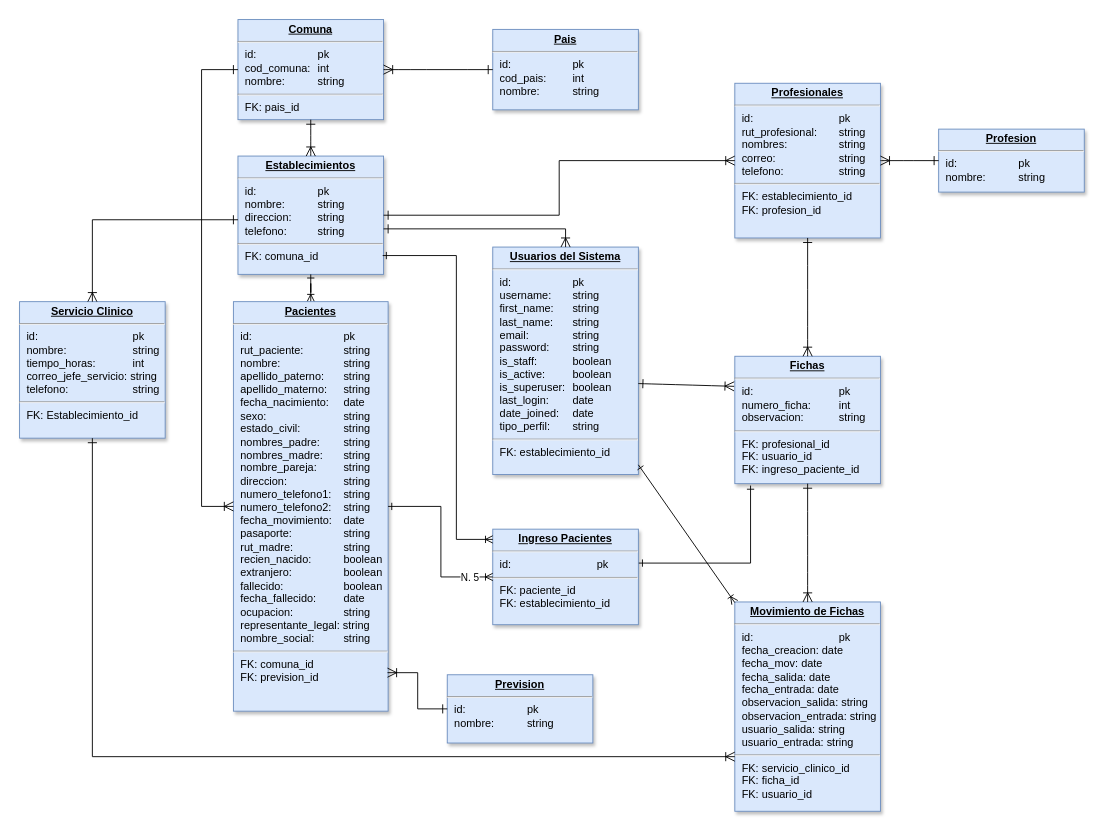
This is Kardex Base de datos.drawio from Jarot-Fierro/Kardex, a draw.io file, before an edit. Source tidied: cells renumbered, new cells numbered last; positions are measured from the earlier drawing's top-left corner, leaving out a move shared by most shapes. Both pictures are drawn from the tidied source at 91%, with x=0, y=0 at pixel (19, 19).
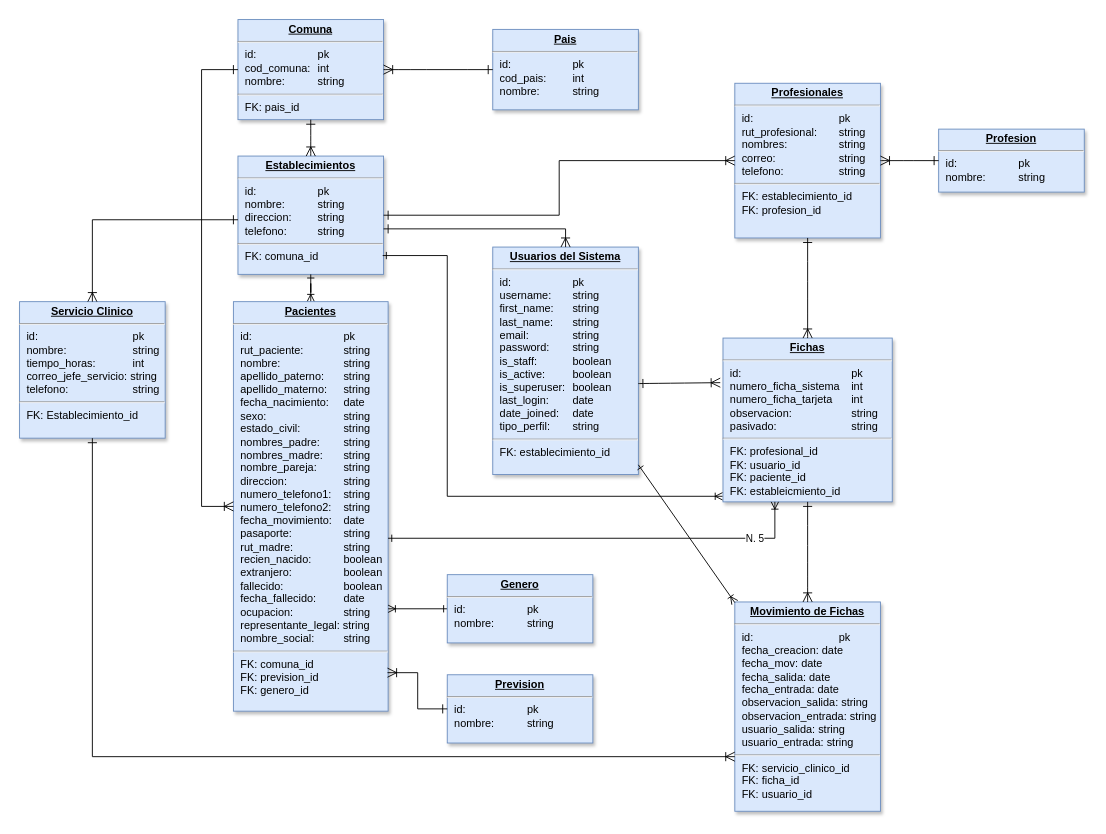
Above is the later version.

The change refers to these unchanged cells:
```xml
<mxCell id="4" value="&lt;p style=&quot;margin: 0px; margin-top: 4px; text-align: center; text-decoration: underline;&quot;&gt;&lt;b&gt;Establecimientos&lt;/b&gt;&lt;/p&gt;&lt;hr&gt;&lt;p style=&quot;margin: 0px; margin-left: 8px;&quot;&gt;id: &lt;span style=&quot;white-space: pre;&quot;&gt;&#9;&lt;/span&gt;&lt;span style=&quot;white-space: pre;&quot;&gt;&#9;&lt;span style=&quot;white-space: pre;&quot;&gt;&#9;&lt;/span&gt;&lt;/span&gt;pk&lt;/p&gt;&lt;p style=&quot;margin: 0px; margin-left: 8px;&quot;&gt;nombre: &lt;span style=&quot;white-space: pre;&quot;&gt;&#9;&lt;span style=&quot;white-space: pre;&quot;&gt;&#9;&lt;/span&gt;&lt;/span&gt;string&lt;/p&gt;&lt;p style=&quot;margin: 0px; margin-left: 8px;&quot;&gt;direccion:&lt;span style=&quot;white-space: pre;&quot;&gt;&#9;&lt;/span&gt;&lt;span style=&quot;white-space: pre;&quot;&gt;&#9;&lt;/span&gt;string&lt;/p&gt;&lt;p style=&quot;margin: 0px; margin-left: 8px;&quot;&gt;telefono:&lt;span style=&quot;white-space: pre;&quot;&gt;&#9;&lt;/span&gt;&lt;span style=&quot;white-space: pre;&quot;&gt;&#9;&lt;/span&gt;string&lt;/p&gt;&lt;hr&gt;&lt;p style=&quot;margin: 0px; margin-left: 8px;&quot;&gt;&lt;span style=&quot;background-color: initial;&quot;&gt;FK: comuna_id&lt;/span&gt;&lt;br&gt;&lt;/p&gt;" style="verticalAlign=top;align=left;overflow=fill;fontSize=12;fontFamily=Helvetica;html=1;strokeColor=#6c8ebf;shadow=1;fillColor=#dae8fc;" parent="1" vertex="1">
  <mxGeometry x="240" y="150" width="160" height="130" as="geometry" />
</mxCell>
```

Change to the diagram source:
```diff
@@
-    <mxCell id="10" value="&lt;p style=&quot;margin: 0px; margin-top: 4px; text-align: center; text-decoration: underline;&quot;&gt;&lt;b&gt;Pacientes&lt;/b&gt;&lt;/p&gt;&lt;hr&gt;&lt;p style=&quot;margin: 0px; margin-left: 8px;&quot;&gt;id: &lt;span style=&quot;white-space: pre;&quot;&gt;&#9;&lt;/span&gt;&lt;span style=&quot;white-space: pre;&quot;&gt;&#9;&lt;/span&gt;&lt;span style=&quot;white-space: pre;&quot;&gt;&#9;&lt;/span&gt;&lt;span style=&quot;white-space: pre;&quot;&gt;&#9;&lt;/span&gt;&amp;nbsp; pk&lt;/p&gt;&lt;p style=&quot;margin: 0px; margin-left: 8px;&quot;&gt;rut_paciente: &lt;span style=&quot;white-space: pre;&quot;&gt;&#9;&lt;/span&gt;&lt;span style=&quot;white-space: pre;&quot;&gt;&#9;&lt;/span&gt;&amp;nbsp; string&lt;/p&gt;&lt;p style=&quot;margin: 0px; margin-left: 8px;&quot;&gt;nombre: &lt;span style=&quot;white-space: pre;&quot;&gt;&#9;&lt;/span&gt;&lt;span style=&quot;white-space: pre;&quot;&gt;&#9;&lt;/span&gt;&lt;span style=&quot;white-space: pre;&quot;&gt;&#9;&lt;/span&gt;&amp;nbsp; string&lt;/p&gt;&lt;p style=&quot;margin: 0px; margin-left: 8px;&quot;&gt;apellido_paterno: &lt;span style=&quot;white-space: pre;&quot;&gt;&#9;&lt;/span&gt;&amp;nbsp; string&lt;/p&gt;&lt;p style=&quot;margin: 0px; margin-left: 8px;&quot;&gt;apellido_materno: &lt;span style=&quot;white-space: pre;&quot;&gt;&#9;&lt;/span&gt;&amp;nbsp; string&lt;/p&gt;&lt;p style=&quot;margin: 0px; margin-left: 8px;&quot;&gt;fecha_nacimiento: &lt;span style=&quot;white-space: pre;&quot;&gt;&#9;&lt;/span&gt;&amp;nbsp; date&lt;/p&gt;&lt;p style=&quot;margin: 0px; margin-left: 8px;&quot;&gt;sexo: &lt;span style=&quot;white-space: pre;&quot;&gt;&#9;&lt;/span&gt;&lt;span style=&quot;white-space: pre;&quot;&gt;&#9;&lt;/span&gt;&lt;span style=&quot;white-space: pre;&quot;&gt;&#9;&lt;/span&gt;&amp;nbsp; string&lt;/p&gt;&lt;p style=&quot;margin: 0px; margin-left: 8px;&quot;&gt;estado_civil: &lt;span style=&quot;white-space: pre;&quot;&gt;&#9;&lt;span style=&quot;white-space: pre;&quot;&gt;&#9;&lt;/span&gt; &lt;/span&gt;&amp;nbsp;string&lt;/p&gt;&lt;p style=&quot;margin: 0px; margin-left: 8px;&quot;&gt;nombres_padre: &lt;span style=&quot;white-space: pre;&quot;&gt;&#9;&lt;/span&gt;&amp;nbsp; string&lt;br&gt;nombres_madre: &lt;span style=&quot;white-space: pre;&quot;&gt;&#9;&lt;/span&gt;&amp;nbsp; string&lt;/p&gt;&lt;p style=&quot;margin: 0px; margin-left: 8px;&quot;&gt;nombre_pareja: &lt;span style=&quot;white-space: pre;&quot;&gt;&#9;&lt;/span&gt;&amp;nbsp; string&lt;/p&gt;&lt;p style=&quot;margin: 0px; margin-left: 8px;&quot;&gt;direccion: &lt;span style=&quot;white-space: pre;&quot;&gt;&#9;&lt;/span&gt;&lt;span style=&quot;white-space: pre;&quot;&gt;&#9;&lt;/span&gt;&amp;nbsp; string&lt;/p&gt;&lt;p style=&quot;margin: 0px; margin-left: 8px;&quot;&gt;numero_telefono1: &lt;span style=&quot;white-space: pre;&quot;&gt;&#9;&lt;/span&gt;&amp;nbsp; string&lt;/p&gt;&lt;p style=&quot;margin: 0px; margin-left: 8px;&quot;&gt;numero_telefono2: &lt;span style=&quot;white-space: pre;&quot;&gt;&#9;&lt;/span&gt;&amp;nbsp; string&lt;/p&gt;&lt;p style=&quot;margin: 0px; margin-left: 8px;&quot;&gt;fecha_movimiento: &lt;span style=&quot;white-space: pre;&quot;&gt;&#9;&lt;/span&gt;&amp;nbsp; date&lt;/p&gt;&lt;p style=&quot;margin: 0px; margin-left: 8px;&quot;&gt;pasaporte: &lt;span style=&quot;white-space: pre;&quot;&gt;&#9;&lt;/span&gt;&lt;span style=&quot;white-space: pre;&quot;&gt;&#9;&lt;/span&gt;&amp;nbsp; string&lt;/p&gt;&lt;p style=&quot;margin: 0px; margin-left: 8px;&quot;&gt;rut_madre: &lt;span style=&quot;white-space: pre;&quot;&gt;&#9;&lt;/span&gt;&lt;span style=&quot;white-space: pre;&quot;&gt;&#9;&lt;/span&gt;&amp;nbsp; string&lt;/p&gt;&lt;p style=&quot;margin: 0px; margin-left: 8px;&quot;&gt;recien_nacido: &lt;span style=&quot;white-space: pre;&quot;&gt;&#9;&lt;/span&gt;&amp;nbsp; boolean&lt;/p&gt;&lt;p style=&quot;margin: 0px; margin-left: 8px;&quot;&gt;extranjero: &lt;span style=&quot;white-space: pre;&quot;&gt;&#9;&lt;span style=&quot;white-space: pre;&quot;&gt;&#9;&lt;/span&gt; &lt;/span&gt;&amp;nbsp;boolean&lt;/p&gt;&lt;p style=&quot;margin: 0px; margin-left: 8px;&quot;&gt;fallecido: &lt;span style=&quot;white-space: pre;&quot;&gt;&#9;&lt;span style=&quot;white-space: pre;&quot;&gt;&#9;&lt;/span&gt;&lt;span style=&quot;white-space: pre;&quot;&gt;&#9;&lt;/span&gt; &lt;/span&gt;&amp;nbsp;boolean&lt;/p&gt;&lt;p style=&quot;margin: 0px; margin-left: 8px;&quot;&gt;fecha_fallecido:&lt;span style=&quot;white-space: pre;&quot;&gt;&#9;&lt;/span&gt;&amp;nbsp; date&lt;/p&gt;&lt;p style=&quot;margin: 0px; margin-left: 8px;&quot;&gt;ocupacion: &lt;span style=&quot;white-space: pre;&quot;&gt;&#9;&lt;span style=&quot;white-space: pre;&quot;&gt;&#9;&lt;/span&gt; &lt;/span&gt;&amp;nbsp;string&lt;/p&gt;&lt;p style=&quot;margin: 0px; margin-left: 8px;&quot;&gt;representante_legal: string&lt;/p&gt;&lt;p style=&quot;margin: 0px; margin-left: 8px;&quot;&gt;nombre_social: &lt;span style=&quot;white-space: pre;&quot;&gt;&#9;&lt;/span&gt;&amp;nbsp; string&lt;/p&gt;&lt;hr&gt;&lt;p style=&quot;margin: 0px; margin-left: 8px;&quot;&gt;FK: comuna_id&lt;/p&gt;&lt;p style=&quot;margin: 0px; margin-left: 8px;&quot;&gt;FK: prevision_id&lt;/p&gt;" style="verticalAlign=top;align=left;overflow=fill;fontSize=12;fontFamily=Helvetica;html=1;strokeColor=#6c8ebf;shadow=1;fillColor=#dae8fc;" parent="1" vertex="1">
+    <mxCell id="10" value="&lt;p style=&quot;margin: 0px; margin-top: 4px; text-align: center; text-decoration: underline;&quot;&gt;&lt;b&gt;Pacientes&lt;/b&gt;&lt;/p&gt;&lt;hr&gt;&lt;p style=&quot;margin: 0px; margin-left: 8px;&quot;&gt;id: &lt;span style=&quot;white-space: pre;&quot;&gt;&#9;&lt;/span&gt;&lt;span style=&quot;white-space: pre;&quot;&gt;&#9;&lt;/span&gt;&lt;span style=&quot;white-space: pre;&quot;&gt;&#9;&lt;/span&gt;&lt;span style=&quot;white-space: pre;&quot;&gt;&#9;&lt;/span&gt;&amp;nbsp; pk&lt;/p&gt;&lt;p style=&quot;margin: 0px; margin-left: 8px;&quot;&gt;rut_paciente: &lt;span style=&quot;white-space: pre;&quot;&gt;&#9;&lt;/span&gt;&lt;span style=&quot;white-space: pre;&quot;&gt;&#9;&lt;/span&gt;&amp;nbsp; string&lt;/p&gt;&lt;p style=&quot;margin: 0px; margin-left: 8px;&quot;&gt;nombre: &lt;span style=&quot;white-space: pre;&quot;&gt;&#9;&lt;/span&gt;&lt;span style=&quot;white-space: pre;&quot;&gt;&#9;&lt;/span&gt;&lt;span style=&quot;white-space: pre;&quot;&gt;&#9;&lt;/span&gt;&amp;nbsp; string&lt;/p&gt;&lt;p style=&quot;margin: 0px; margin-left: 8px;&quot;&gt;apellido_paterno: &lt;span style=&quot;white-space: pre;&quot;&gt;&#9;&lt;/span&gt;&amp;nbsp; string&lt;/p&gt;&lt;p style=&quot;margin: 0px; margin-left: 8px;&quot;&gt;apellido_materno: &lt;span style=&quot;white-space: pre;&quot;&gt;&#9;&lt;/span&gt;&amp;nbsp; string&lt;/p&gt;&lt;p style=&quot;margin: 0px; margin-left: 8px;&quot;&gt;fecha_nacimiento: &lt;span style=&quot;white-space: pre;&quot;&gt;&#9;&lt;/span&gt;&amp;nbsp; date&lt;/p&gt;&lt;p style=&quot;margin: 0px; margin-left: 8px;&quot;&gt;sexo: &lt;span style=&quot;white-space: pre;&quot;&gt;&#9;&lt;/span&gt;&lt;span style=&quot;white-space: pre;&quot;&gt;&#9;&lt;/span&gt;&lt;span style=&quot;white-space: pre;&quot;&gt;&#9;&lt;/span&gt;&amp;nbsp; string&lt;/p&gt;&lt;p style=&quot;margin: 0px; margin-left: 8px;&quot;&gt;estado_civil: &lt;span style=&quot;white-space: pre;&quot;&gt;&#9;&lt;span style=&quot;white-space: pre;&quot;&gt;&#9;&lt;/span&gt; &lt;/span&gt;&amp;nbsp;string&lt;/p&gt;&lt;p style=&quot;margin: 0px; margin-left: 8px;&quot;&gt;nombres_padre: &lt;span style=&quot;white-space: pre;&quot;&gt;&#9;&lt;/span&gt;&amp;nbsp; string&lt;br&gt;nombres_madre: &lt;span style=&quot;white-space: pre;&quot;&gt;&#9;&lt;/span&gt;&amp;nbsp; string&lt;/p&gt;&lt;p style=&quot;margin: 0px; margin-left: 8px;&quot;&gt;nombre_pareja: &lt;span style=&quot;white-space: pre;&quot;&gt;&#9;&lt;/span&gt;&amp;nbsp; string&lt;/p&gt;&lt;p style=&quot;margin: 0px; margin-left: 8px;&quot;&gt;direccion: &lt;span style=&quot;white-space: pre;&quot;&gt;&#9;&lt;/span&gt;&lt;span style=&quot;white-space: pre;&quot;&gt;&#9;&lt;/span&gt;&amp;nbsp; string&lt;/p&gt;&lt;p style=&quot;margin: 0px; margin-left: 8px;&quot;&gt;numero_telefono1: &lt;span style=&quot;white-space: pre;&quot;&gt;&#9;&lt;/span&gt;&amp;nbsp; string&lt;/p&gt;&lt;p style=&quot;margin: 0px; margin-left: 8px;&quot;&gt;numero_telefono2: &lt;span style=&quot;white-space: pre;&quot;&gt;&#9;&lt;/span&gt;&amp;nbsp; string&lt;/p&gt;&lt;p style=&quot;margin: 0px; margin-left: 8px;&quot;&gt;fecha_movimiento: &lt;span style=&quot;white-space: pre;&quot;&gt;&#9;&lt;/span&gt;&amp;nbsp; date&lt;/p&gt;&lt;p style=&quot;margin: 0px; margin-left: 8px;&quot;&gt;pasaporte: &lt;span style=&quot;white-space: pre;&quot;&gt;&#9;&lt;/span&gt;&lt;span style=&quot;white-space: pre;&quot;&gt;&#9;&lt;/span&gt;&amp;nbsp; string&lt;/p&gt;&lt;p style=&quot;margin: 0px; margin-left: 8px;&quot;&gt;rut_madre: &lt;span style=&quot;white-space: pre;&quot;&gt;&#9;&lt;/span&gt;&lt;span style=&quot;white-space: pre;&quot;&gt;&#9;&lt;/span&gt;&amp;nbsp; string&lt;/p&gt;&lt;p style=&quot;margin: 0px; margin-left: 8px;&quot;&gt;recien_nacido: &lt;span style=&quot;white-space: pre;&quot;&gt;&#9;&lt;/span&gt;&amp;nbsp; boolean&lt;/p&gt;&lt;p style=&quot;margin: 0px; margin-left: 8px;&quot;&gt;extranjero: &lt;span style=&quot;white-space: pre;&quot;&gt;&#9;&lt;span style=&quot;white-space: pre;&quot;&gt;&#9;&lt;/span&gt; &lt;/span&gt;&amp;nbsp;boolean&lt;/p&gt;&lt;p style=&quot;margin: 0px; margin-left: 8px;&quot;&gt;fallecido: &lt;span style=&quot;white-space: pre;&quot;&gt;&#9;&lt;span style=&quot;white-space: pre;&quot;&gt;&#9;&lt;/span&gt;&lt;span style=&quot;white-space: pre;&quot;&gt;&#9;&lt;/span&gt; &lt;/span&gt;&amp;nbsp;boolean&lt;/p&gt;&lt;p style=&quot;margin: 0px; margin-left: 8px;&quot;&gt;fecha_fallecido:&lt;span style=&quot;white-space: pre;&quot;&gt;&#9;&lt;/span&gt;&amp;nbsp; date&lt;/p&gt;&lt;p style=&quot;margin: 0px; margin-left: 8px;&quot;&gt;ocupacion: &lt;span style=&quot;white-space: pre;&quot;&gt;&#9;&lt;span style=&quot;white-space: pre;&quot;&gt;&#9;&lt;/span&gt; &lt;/span&gt;&amp;nbsp;string&lt;/p&gt;&lt;p style=&quot;margin: 0px; margin-left: 8px;&quot;&gt;representante_legal: string&lt;/p&gt;&lt;p style=&quot;margin: 0px; margin-left: 8px;&quot;&gt;nombre_social: &lt;span style=&quot;white-space: pre;&quot;&gt;&#9;&lt;/span&gt;&amp;nbsp; string&lt;/p&gt;&lt;hr&gt;&lt;p style=&quot;margin: 0px; margin-left: 8px;&quot;&gt;FK: comuna_id&lt;/p&gt;&lt;p style=&quot;margin: 0px; margin-left: 8px;&quot;&gt;FK: prevision_id&lt;/p&gt;&lt;p style=&quot;margin: 0px; margin-left: 8px;&quot;&gt;FK: genero_id&lt;/p&gt;" style="verticalAlign=top;align=left;overflow=fill;fontSize=12;fontFamily=Helvetica;html=1;strokeColor=#6c8ebf;shadow=1;fillColor=#dae8fc;" parent="1" vertex="1">
       <mxGeometry x="235" y="310" width="170" height="450" as="geometry" />
     </mxCell>
@@
-    <mxCell id="19" value="&lt;p style=&quot;margin: 0px; margin-top: 4px; text-align: center; text-decoration: underline;&quot;&gt;&lt;strong&gt;Fichas&lt;/strong&gt;&lt;/p&gt;&lt;hr&gt;&lt;p style=&quot;margin: 0px; margin-left: 8px;&quot;&gt;id: &lt;span style=&quot;white-space: pre;&quot;&gt;&#9;&lt;/span&gt;&lt;span style=&quot;white-space: pre;&quot;&gt;&#9;&lt;/span&gt;&lt;span style=&quot;white-space: pre;&quot;&gt;&#9;&lt;span style=&quot;white-space: pre;&quot;&gt;&#9;&lt;/span&gt;&lt;/span&gt;pk&lt;/p&gt;&lt;p style=&quot;margin: 0px; margin-left: 8px;&quot;&gt;numero_ficha:&lt;span style=&quot;white-space: pre;&quot;&gt;&#9;&lt;span style=&quot;white-space: pre;&quot;&gt;&#9;&lt;/span&gt;&lt;/span&gt;int&lt;/p&gt;&lt;p style=&quot;margin: 0px; margin-left: 8px;&quot;&gt;observacion:&lt;span style=&quot;white-space: pre;&quot;&gt;&#9;&lt;/span&gt;&lt;span style=&quot;white-space: pre;&quot;&gt;&#9;&lt;/span&gt;string&lt;br&gt;&lt;/p&gt;&lt;hr&gt;&lt;p style=&quot;margin: 0px; margin-left: 8px;&quot;&gt;FK: profesional_id&lt;/p&gt;&lt;p style=&quot;margin: 0px; margin-left: 8px;&quot;&gt;FK: usuario_id&lt;/p&gt;&lt;p style=&quot;margin: 0px; margin-left: 8px;&quot;&gt;FK: ingreso_paciente_id&lt;/p&gt;" style="verticalAlign=top;align=left;overflow=fill;fontSize=12;fontFamily=Helvetica;html=1;strokeColor=#6c8ebf;shadow=1;fillColor=#dae8fc;" parent="1" vertex="1">
-      <mxGeometry x="786" y="370" width="160" height="140" as="geometry" />
+    <mxCell id="19" value="&lt;p style=&quot;margin: 0px; margin-top: 4px; text-align: center; text-decoration: underline;&quot;&gt;&lt;strong&gt;Fichas&lt;/strong&gt;&lt;/p&gt;&lt;hr&gt;&lt;p style=&quot;margin: 0px; margin-left: 8px;&quot;&gt;id: &lt;span style=&quot;white-space: pre;&quot;&gt;&#9;&lt;/span&gt;&lt;span style=&quot;white-space: pre;&quot;&gt;&#9;&lt;/span&gt;&lt;span style=&quot;white-space: pre;&quot;&gt;&#9;&lt;span style=&quot;white-space: pre;&quot;&gt;&#9;&lt;span style=&quot;white-space: pre;&quot;&gt;&#9;&lt;/span&gt;&lt;/span&gt;&lt;/span&gt;pk&lt;/p&gt;&lt;p style=&quot;margin: 0px; margin-left: 8px;&quot;&gt;numero_ficha_sistema&lt;span style=&quot;white-space: pre;&quot;&gt;&#9;&lt;/span&gt;int&lt;/p&gt;&lt;p style=&quot;margin: 0px; margin-left: 8px;&quot;&gt;numero_ficha_tarjeta&lt;span style=&quot;white-space: pre;&quot;&gt;&#9;&lt;/span&gt;int&lt;/p&gt;&lt;p style=&quot;margin: 0px; margin-left: 8px;&quot;&gt;observacion:&lt;span style=&quot;white-space: pre;&quot;&gt;&#9;&lt;/span&gt;&lt;span style=&quot;white-space: pre;&quot;&gt;&#9;&lt;span style=&quot;white-space: pre;&quot;&gt;&#9;&lt;/span&gt;&lt;/span&gt;string&lt;br&gt;&lt;/p&gt;&lt;p style=&quot;margin: 0px; margin-left: 8px;&quot;&gt;pasivado:&lt;span style=&quot;white-space: pre;&quot;&gt;&#9;&lt;/span&gt;&lt;span style=&quot;white-space: pre;&quot;&gt;&#9;&lt;/span&gt;&lt;span style=&quot;white-space: pre;&quot;&gt;&#9;&lt;/span&gt;&lt;span style=&quot;white-space: pre;&quot;&gt;&#9;&lt;/span&gt;string&lt;/p&gt;&lt;hr&gt;&lt;p style=&quot;margin: 0px; margin-left: 8px;&quot;&gt;FK: profesional_id&lt;/p&gt;&lt;p style=&quot;margin: 0px; margin-left: 8px;&quot;&gt;FK: usuario_id&lt;/p&gt;&lt;p style=&quot;margin: 0px; margin-left: 8px;&quot;&gt;FK: paciente_id&lt;/p&gt;&lt;p style=&quot;margin: 0px; margin-left: 8px;&quot;&gt;FK: estableicmiento_id&lt;/p&gt;" style="verticalAlign=top;align=left;overflow=fill;fontSize=12;fontFamily=Helvetica;html=1;strokeColor=#6c8ebf;shadow=1;fillColor=#dae8fc;" parent="1" vertex="1">
+      <mxGeometry x="773" y="350" width="186" height="180" as="geometry" />
     </mxCell>
@@
-    <mxCell id="25" style="endArrow=ERoneToMany;html=1;rounded=0;fontSize=12;startSize=8;endSize=8;curved=1;entryX=-0.005;entryY=0.236;entryDx=0;entryDy=0;entryPerimeter=0;startArrow=ERone;startFill=0;endFill=0;" parent="1" edge="1" target="19">
+    <mxCell id="25" style="endArrow=ERoneToMany;html=1;rounded=0;fontSize=12;startSize=8;endSize=8;curved=1;startArrow=ERone;startFill=0;endFill=0;" parent="1" edge="1">
       <mxGeometry relative="1" as="geometry">
         <mxPoint x="680" y="400" as="sourcePoint" />
+        <mxPoint x="770" y="399" as="targetPoint" />
       </mxGeometry>
     </mxCell>
-    <mxCell id="26" value="&lt;p style=&quot;margin: 0px; margin-top: 4px; text-align: center; text-decoration: underline;&quot;&gt;&lt;strong&gt;Ingreso Pacientes&lt;/strong&gt;&lt;/p&gt;&lt;hr&gt;&lt;p style=&quot;margin: 0px; margin-left: 8px;&quot;&gt;id: &lt;span style=&quot;white-space: pre;&quot;&gt;&#9;&lt;/span&gt;&lt;span style=&quot;white-space: pre;&quot;&gt;&#9;&lt;/span&gt;&lt;span style=&quot;white-space: pre;&quot;&gt;&#9;&lt;span style=&quot;white-space: pre;&quot;&gt;&#9;&lt;/span&gt;&lt;/span&gt;pk&lt;/p&gt;&lt;hr&gt;&lt;p style=&quot;margin: 0px; margin-left: 8px;&quot;&gt;FK: paciente_id&lt;/p&gt;&lt;p style=&quot;margin: 0px; margin-left: 8px;&quot;&gt;FK:&amp;nbsp;&lt;span style=&quot;background-color: transparent;&quot;&gt;&lt;font style=&quot;color: light-dark(rgb(0, 0, 0), rgb(161, 205, 249));&quot;&gt;establecimiento_id&lt;/font&gt;&lt;/span&gt;&lt;/p&gt;" style="verticalAlign=top;align=left;overflow=fill;fontSize=12;fontFamily=Helvetica;html=1;strokeColor=#6c8ebf;shadow=1;fillColor=#dae8fc;" parent="1" vertex="1">
-      <mxGeometry x="520" y="560" width="160" height="105" as="geometry" />
-    </mxCell>
-    <mxCell id="27" style="endArrow=ERone;html=1;rounded=0;exitX=1.003;exitY=0.355;exitDx=0;exitDy=0;exitPerimeter=0;edgeStyle=orthogonalEdgeStyle;entryX=0.108;entryY=1.015;entryDx=0;entryDy=0;entryPerimeter=0;startArrow=ERone;startFill=0;endFill=0;" parent="1" edge="1" source="26" target="19">
-      <mxGeometry relative="1" as="geometry" />
-    </mxCell>
-    <mxCell id="28" style="endArrow=ERoneToMany;html=1;rounded=0;edgeStyle=elbowEdgeStyle;startArrow=ERone;startFill=0;endFill=0;" parent="1" edge="1" source="10" target="26">
-      <mxGeometry relative="1" as="geometry" />
+    <mxCell id="28" style="endArrow=ERoneToMany;html=1;rounded=0;edgeStyle=elbowEdgeStyle;startArrow=ERone;startFill=0;endFill=0;" parent="1" edge="1" target="19">
+      <mxGeometry relative="1" as="geometry">
+        <mxPoint x="405" y="570" as="sourcePoint" />
+        <Array as="points">
+          <mxPoint x="830" y="540" />
+        </Array>
+      </mxGeometry>
     </mxCell>
@@
-    <mxCell id="30" style="endArrow=ERone;html=1;rounded=0;edgeStyle=elbowEdgeStyle;exitX=0;exitY=0.107;exitDx=0;exitDy=0;exitPerimeter=0;entryX=0.994;entryY=0.841;entryDx=0;entryDy=0;entryPerimeter=0;startArrow=ERoneToMany;startFill=0;endFill=0;" parent="1" edge="1" source="26" target="4">
+    <mxCell id="30" style="endArrow=ERone;html=1;rounded=0;edgeStyle=elbowEdgeStyle;entryX=0.994;entryY=0.841;entryDx=0;entryDy=0;entryPerimeter=0;startArrow=ERoneToMany;startFill=0;endFill=0;exitX=-0.003;exitY=0.966;exitDx=0;exitDy=0;exitPerimeter=0;" parent="1" edge="1" source="19" target="4">
       <mxGeometry relative="1" as="geometry">
         <Array as="points">
-          <mxPoint x="480" y="410" />
+          <mxPoint x="470" y="390" />
         </Array>
       </mxGeometry>
     </mxCell>
@@
+    <mxCell id="32" style="edgeStyle=orthogonalEdgeStyle;rounded=0;jettySize=auto;html=1;entryX=1;entryY=0.75;entryDx=0;entryDy=0;endArrow=ERoneToMany;endFill=0;startArrow=ERone;startFill=0;" parent="1" edge="1" source="33" target="10">
+      <mxGeometry relative="1" as="geometry" />
+    </mxCell>
+    <mxCell id="33" value="&lt;p style=&quot;margin: 0px; margin-top: 4px; text-align: center; text-decoration: underline;&quot;&gt;&lt;strong&gt;Genero&lt;/strong&gt;&lt;/p&gt;&lt;hr&gt;&lt;p style=&quot;margin: 0px; margin-left: 8px;&quot;&gt;id: &lt;span style=&quot;white-space: pre;&quot;&gt;&#9;&lt;/span&gt;&lt;span style=&quot;white-space: pre;&quot;&gt;&#9;&lt;/span&gt;&lt;span style=&quot;white-space: pre;&quot;&gt;&#9;&lt;/span&gt;pk&lt;/p&gt;&lt;p style=&quot;margin: 0px; margin-left: 8px;&quot;&gt;nombre: &lt;span style=&quot;white-space: pre;&quot;&gt;&#9;&lt;/span&gt;&lt;span style=&quot;white-space: pre;&quot;&gt;&#9;&lt;/span&gt;string&lt;/p&gt;" style="verticalAlign=top;align=left;overflow=fill;fontSize=12;fontFamily=Helvetica;html=1;strokeColor=#6c8ebf;shadow=1;fillColor=#dae8fc;" parent="1" vertex="1">
+      <mxGeometry x="470" y="610" width="160" height="75" as="geometry" />
+    </mxCell>
```
